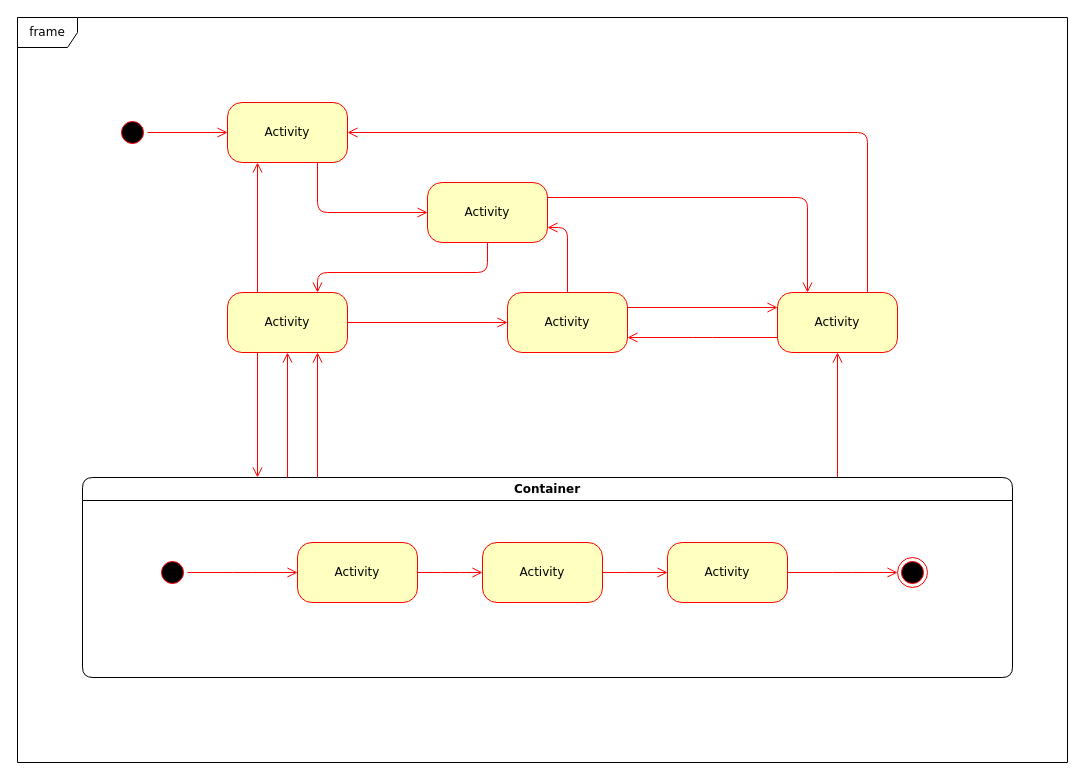
The draw.io diagram .drawio in rene2997/digitaldesign, before the edit. Source tidied: cells renumbered, new cells numbered last; positions are measured from the earlier drawing's top-left corner, leaving out a move shared by most shapes. Both pictures are drawn from the tidied source at 100%, with x=0, y=0 at pixel (17, 17).
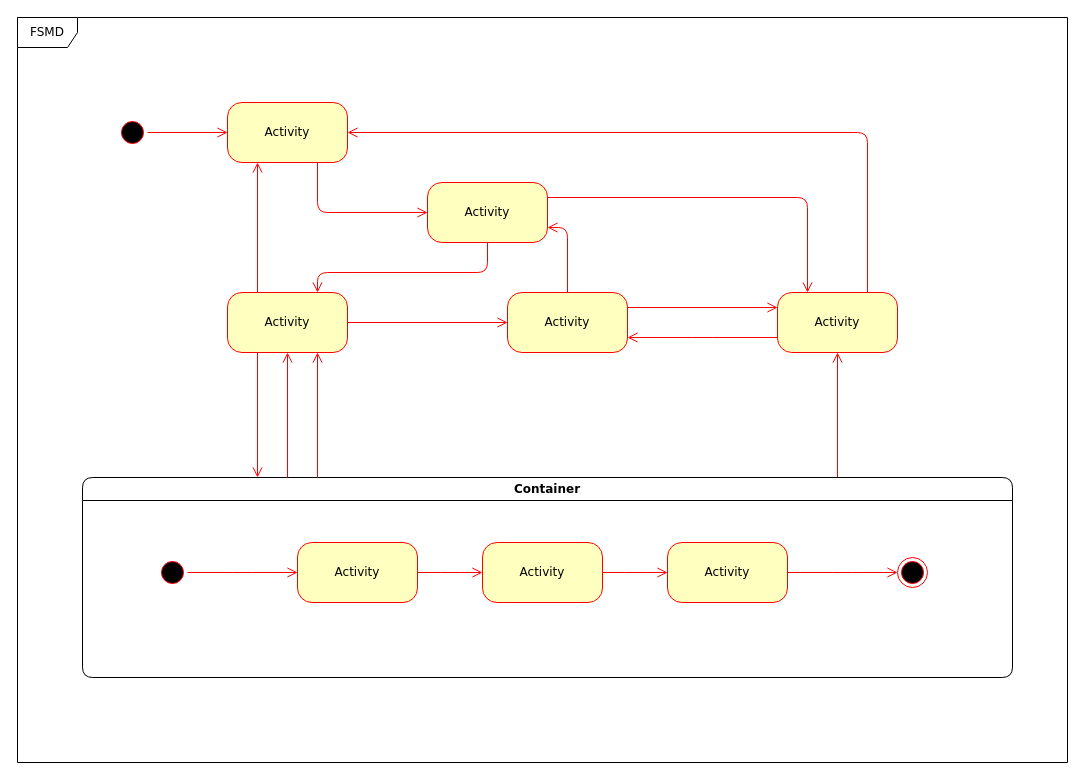
The same page after the edit.

Change to the diagram source:
```diff
@@
-    <mxCell id="22" value="frame" style="shape=umlFrame;whiteSpace=wrap;html=1;rounded=1;shadow=0;comic=0;labelBackgroundColor=none;strokeWidth=1;fontFamily=Verdana;fontSize=12;align=center;" parent="1" vertex="1">
+    <mxCell id="22" value="FSMD" style="shape=umlFrame;whiteSpace=wrap;html=1;rounded=1;shadow=0;comic=0;labelBackgroundColor=none;strokeWidth=1;fontFamily=Verdana;fontSize=12;align=center;" parent="1" vertex="1">
       <mxGeometry width="1050" height="745" as="geometry" />
     </mxCell>
```
